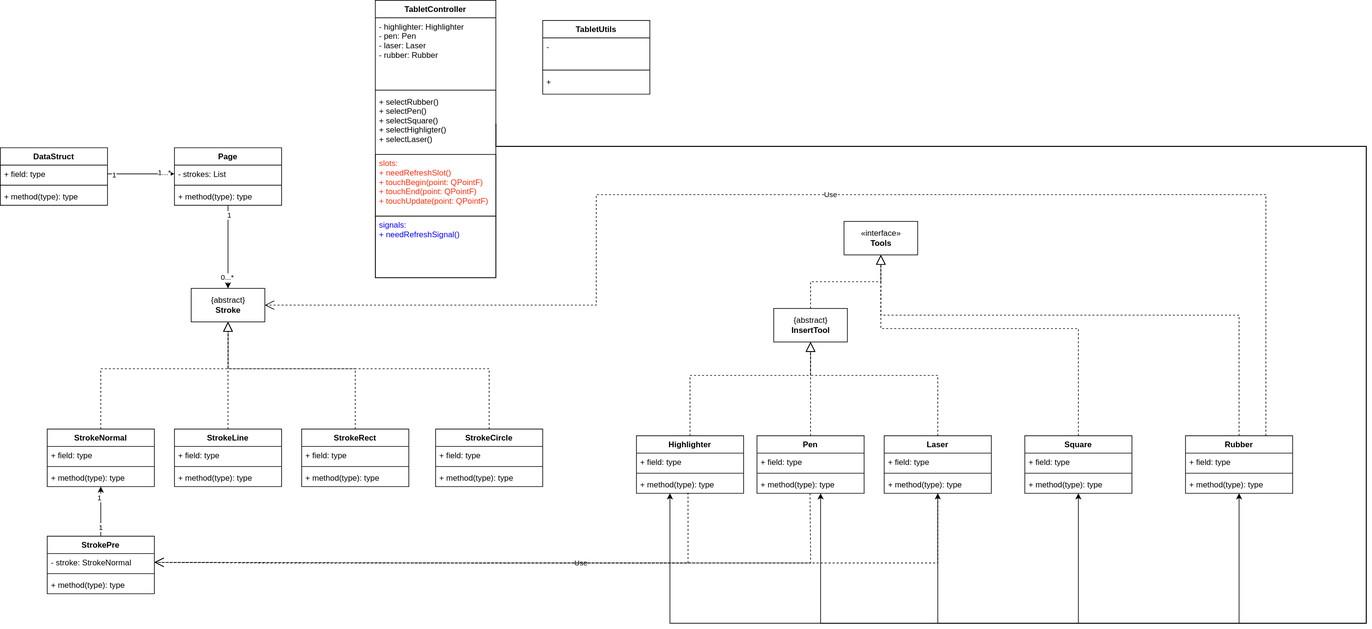
This is uml/Model.svg from giacomogroppi/ui_qml, a draw.io export, as it was before one commit. Source tidied: cells renumbered, new cells last; positions are measured from the earlier drawing's top-left corner, leaving out a move shared by most shapes.
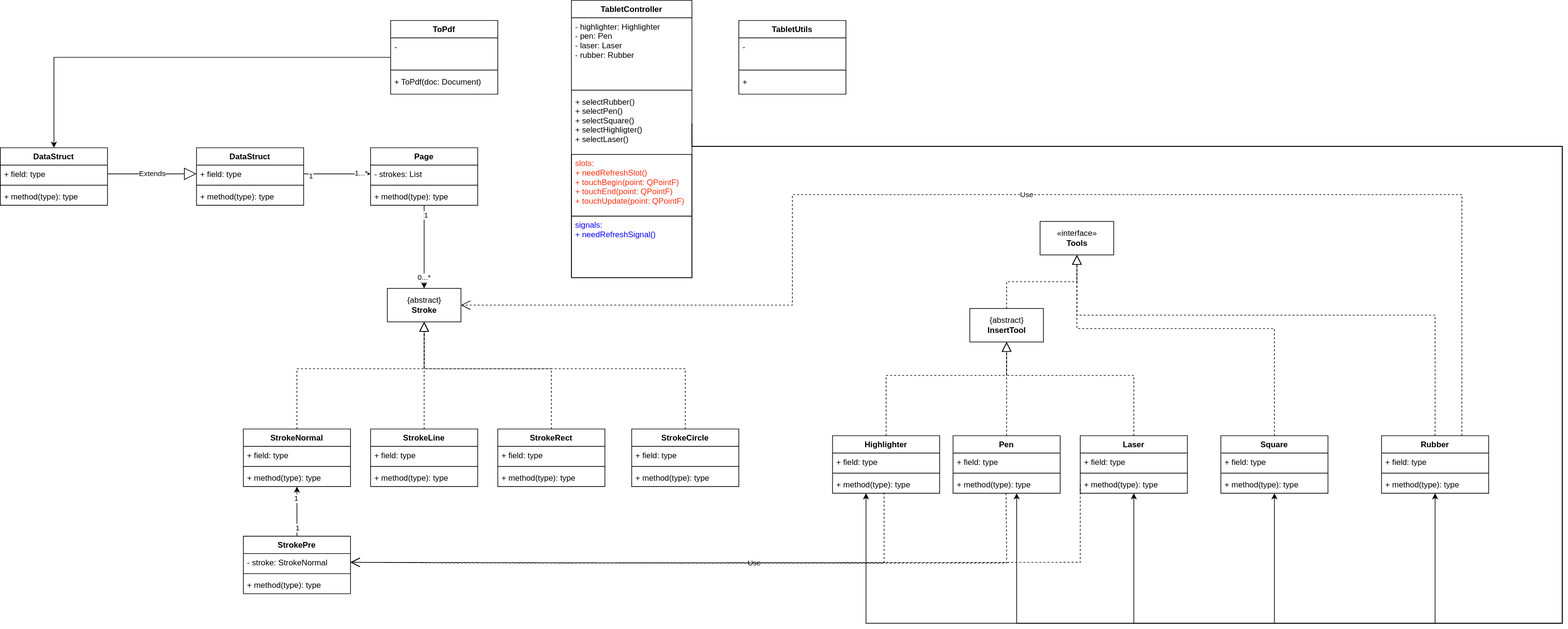
Above is the later version.

Commit message:
added Document, ToPdf to UML

Diff of the diagram source:
```diff
@@ -254,11 +254,11 @@
     <mxCell id="67" value="+ method(type): type" style="text;strokeColor=none;fillColor=none;align=left;verticalAlign=top;spacingLeft=4;spacingRight=4;overflow=hidden;" parent="64" vertex="1">
       <mxGeometry y="60" width="160" height="26" as="geometry" />
     </mxCell>
-    <mxCell id="68" value="Use" style="endArrow=open;endSize=12;dashed=1;html=1;rounded=0;exitX=0.5;exitY=1;exitDx=0;exitDy=0;entryX=1;entryY=0.5;entryDx=0;entryDy=0;" parent="1" edge="1" source="6" target="65">
+    <mxCell id="68" value="Use" style="endArrow=open;endSize=12;dashed=1;html=1;rounded=0;exitX=0;exitY=0.5;exitDx=0;exitDy=0;entryX=1;entryY=0.5;entryDx=0;entryDy=0;" parent="1" edge="1" source="9" target="65">
       <mxGeometry relative="1" as="geometry">
         <Array as="points">
-          <mxPoint x="1400" y="810" />
-          <mxPoint x="1400" y="840" />
+          <mxPoint x="1320" y="820" />
+          <mxPoint x="1320" y="839" />
           <mxPoint x="390" y="840" />
         </Array>
       </mxGeometry>
@@ -384,5 +384,35 @@
     <mxCell id="90" value="+" style="text;strokeColor=none;fillColor=none;align=left;verticalAlign=top;spacingLeft=4;spacingRight=4;overflow=hidden;" parent="87" vertex="1">
       <mxGeometry y="78" width="160" height="32" as="geometry" />
     </mxCell>
+    <mxCell id="91" style="edgeStyle=orthogonalEdgeStyle;rounded=0;jettySize=auto;html=1;entryX=0.5;entryY=0;entryDx=0;entryDy=0;" parent="1" edge="1" source="92" target="96">
+      <mxGeometry relative="1" as="geometry" />
+    </mxCell>
+    <mxCell id="92" value="ToPdf" style="swimlane;fontStyle=1;align=center;verticalAlign=top;horizontal=1;startSize=26;" parent="1" vertex="1">
+      <mxGeometry x="290" y="30" width="160" height="110" as="geometry" />
+    </mxCell>
+    <mxCell id="93" value="-&#10;" style="text;strokeColor=none;fillColor=none;align=left;verticalAlign=top;spacingLeft=4;spacingRight=4;overflow=hidden;" parent="92" vertex="1">
+      <mxGeometry y="26" width="160" height="44" as="geometry" />
+    </mxCell>
+    <mxCell id="94" style="line;strokeWidth=1;fillColor=none;align=left;verticalAlign=middle;spacingTop=-1;spacingLeft=3;spacingRight=3;labelPosition=right;strokeColor=inherit;" parent="92" vertex="1">
+      <mxGeometry y="70" width="160" height="8" as="geometry" />
+    </mxCell>
+    <mxCell id="95" value="+ ToPdf(doc: Document)" style="text;strokeColor=none;fillColor=none;align=left;verticalAlign=top;spacingLeft=4;spacingRight=4;overflow=hidden;" parent="92" vertex="1">
+      <mxGeometry y="78" width="160" height="32" as="geometry" />
+    </mxCell>
+    <mxCell id="96" value="DataStruct" style="swimlane;fontStyle=1;align=center;verticalAlign=top;horizontal=1;startSize=26;" parent="1" vertex="1">
+      <mxGeometry x="-293" y="220" width="160" height="86" as="geometry" />
+    </mxCell>
+    <mxCell id="97" value="+ field: type" style="text;strokeColor=none;fillColor=none;align=left;verticalAlign=top;spacingLeft=4;spacingRight=4;overflow=hidden;points=[[0,0.5],[1,0.5]];portConstraint=eastwest;" parent="96" vertex="1">
+      <mxGeometry y="26" width="160" height="26" as="geometry" />
+    </mxCell>
+    <mxCell id="98" style="line;strokeWidth=1;fillColor=none;align=left;verticalAlign=middle;spacingTop=-1;spacingLeft=3;spacingRight=3;labelPosition=right;strokeColor=inherit;" parent="96" vertex="1">
+      <mxGeometry y="52" width="160" height="8" as="geometry" />
+    </mxCell>
+    <mxCell id="99" value="+ method(type): type" style="text;strokeColor=none;fillColor=none;align=left;verticalAlign=top;spacingLeft=4;spacingRight=4;overflow=hidden;" parent="96" vertex="1">
+      <mxGeometry y="60" width="160" height="26" as="geometry" />
+    </mxCell>
+    <mxCell id="100" value="Extends" style="endArrow=block;endSize=16;endFill=0;html=1;rounded=0;exitX=1;exitY=0.5;exitDx=0;exitDy=0;entryX=0;entryY=0.5;entryDx=0;entryDy=0;" parent="1" edge="1" source="97" target="47">
+      <mxGeometry relative="1" as="geometry" />
+    </mxCell>
   </root>
 </mxGraphModel>
```
